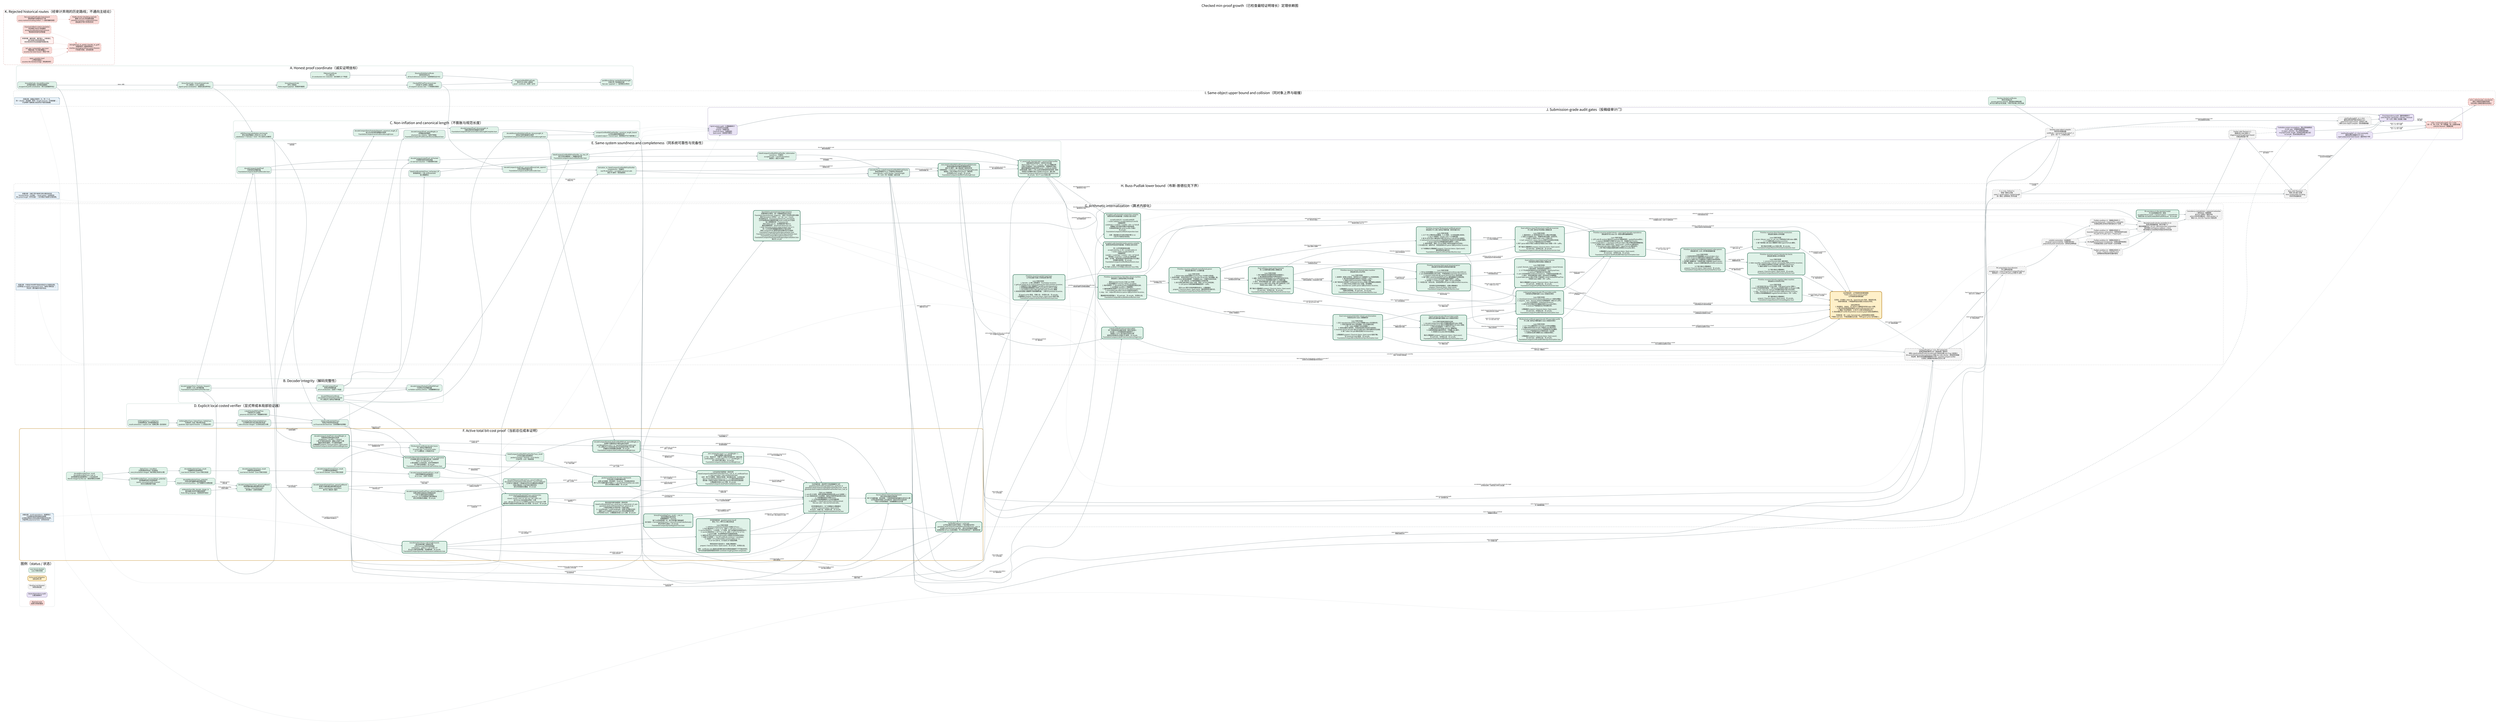
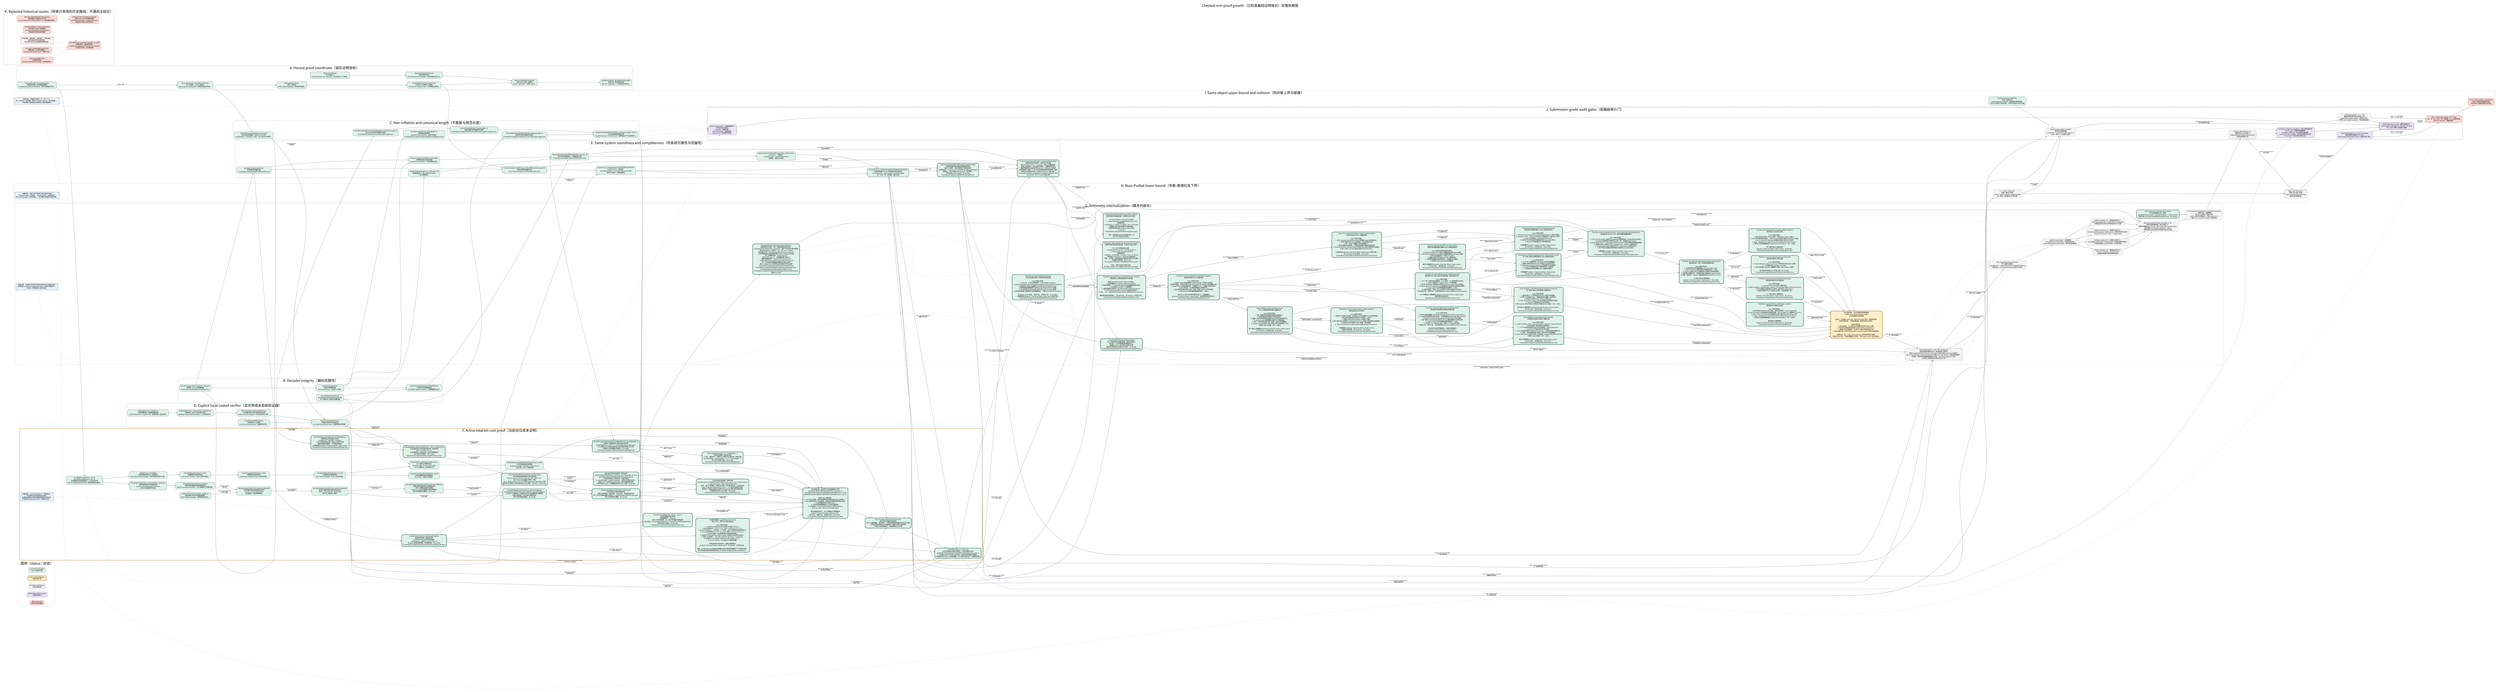
digraph CheckedMinProofDependencies {
  graph [
    rankdir=LR,
    bgcolor="white",
    compound=true,
    newrank=true,
    pad="0.35",
    nodesep="0.30",
    ranksep="0.62",
    fontname="Noto Sans CJK SC",
    fontsize=24,
    label="Checked min-proof growth（已检查最短证明增长）定理依赖图",
    labelloc="t",
    labeljust="c"
  ];
  node [
    shape=box,
    style="rounded,filled",
    fontname="Noto Sans CJK SC",
    fontsize=10.5,
    color="#526d75",
    fillcolor="#eef3f4",
    margin="0.14,0.09",
    penwidth=1.2
  ];
  edge [
    fontname="Noto Sans CJK SC",
    fontsize=8.5,
    color="#65777d",
    arrowsize=0.68,
    penwidth=1.05
  ];

  subgraph cluster_legend {
    label="图例（status / 状态）";
    color="#c8d1d4";
    style="rounded";
    done [label="Lean kernel checked\nLean 内核已检查", fillcolor="#dff2e8", color="#3f7c66"];
    active [label="Active proof obligation\n当前证明义务", fillcolor="#fff0c9", color="#b37a12", penwidth=2.2];
    pending [label="Pending root theorem\n待闭合根定理", fillcolor="#f3f3f3", color="#777777", style="rounded,filled,dashed"];
    audit [label="Axiom/dependency audit\n公理/依赖审计", fillcolor="#e9e3f5", color="#76639a"];
    rejected [label="Rejected route\n经审计弃用的路线", fillcolor="#f8d9d6", color="#a8443d", style="rounded,filled,dashed"];
  }

  subgraph cluster_coordinate {
    label="A. Honest proof coordinate（诚实证明坐标）";
    color="#8fb7aa";
    style="rounded";

    natcode [label="binaryNatCode / decodeBinaryNat\n自然数前缀码 / 自然数前缀解码\nescaped-bit prefix serialization（转义位前缀序列化）", fillcolor="#dff2e8"];
    syntaxcode [label="binaryTermCode + binaryFormulaCode\n项二进制码 + 公式二进制码\ntyped syntax serialization（类型化语法序列化）", fillcolor="#dff2e8"];
    sequentcode [label="binarySequentCode\n序列二进制码\nfinite sequent payload（有限序列载荷）", fillcolor="#dff2e8"];
    prooftree [label="CheckedPAProofTree.binaryCode\n已检查 PA 证明树二进制码\n10 sequent-calculus rules（十条相继式规则）", fillcolor="#dff2e8"];
    axiomcert [label="PAAxiomCertificate\nPA 公理证书\n23 constructors incl. induction（含归纳的 23 个构造）", fillcolor="#dff2e8"];
    structcert [label="StructuralValidityCertificate\n结构有效性证书\nall local witnesses counted（全部局部见证计长）", fillcolor="#dff2e8"];
    certifiedcode [label="binaryCertifiedPAProofCode\n带证书 PA 证明二进制码\nproof + certificate（证明 + 证书）", fillcolor="#dff2e8"];
    packedcode [label="packBinaryString / packedPayloadLength\n位串打包 / 有效载荷长度\nNat.size = payload + 1（自然数位长等式）", fillcolor="#dff2e8"];

    natcode -> syntaxcode [label="labels / 标签"];
    syntaxcode -> sequentcode;
    sequentcode -> prooftree;
    axiomcert -> structcert;
    prooftree -> certifiedcode;
    structcert -> certifiedcode;
    certifiedcode -> packedcode;
  }

  subgraph cluster_decoder {
    label="B. Decoder integrity（解码完整性）";
    color="#8fb7aa";
    style="rounded";

    typeddecoder [label="decodeCompactTerm / Formula / Sequent\n紧凑项 / 公式 / 序列解码器\nFoundationCompactPAProofVerifier.lean", fillcolor="#dff2e8"];
    proofdecoder [label="decodeCompactProof\n紧凑证明树解码器\nall 10 constructors（全部十个构造）", fillcolor="#dff2e8"];
    certdecoder [label="decodePAAxiomCertificate\ndecodeStructuralValidityCertificate\nPA 公理证书 / 结构证书解码器", fillcolor="#dff2e8"];
    packeddecoder [label="decodeCompactPackedCertifiedPAProof\n打包带证书证明解码器\nno hidden auxiliary witness（无隐藏辅助见证）", fillcolor="#dff2e8"];

    typeddecoder -> proofdecoder;
    certdecoder -> packeddecoder;
    proofdecoder -> packeddecoder;
  }

  subgraph cluster_size {
    label="C. Non-inflation and canonical length（不膨胀与规范长度）";
    color="#8fb7aa";
    style="rounded";

    structural [label="decodeCompactProof_parseWeight_le\n证明解码结构量界\nstructural non-inflation（结构不膨胀）\nFoundationCompactProofDecoderStructuralBound.lean", fillcolor="#dff2e8"];
    syntaxcanonical [label="decodeCompactTerm/Formula/Sequent_canonical_length_le\n项/公式/序列规范重编码长度界\nFoundationCompactCanonicalDecodeLength.lean", fillcolor="#dff2e8"];
    proofcanonical [label="decodeCompactProof_binaryLength_le\n完整证明树规范重编码长度界\nFoundationCompactProofCanonicalDecodeLengthComplete.lean", fillcolor="#dff2e8"];
    certcanonical [label="decodeStructuralValidityCertificate_binaryLength_le\n结构证书规范重编码长度界\nFoundationCompactCertificateCanonicalDecodeLength.lean", fillcolor="#dff2e8"];
    totalcanonical [label="compactCertifiedPAProofVerifier_canonical_length_bound\n公开验证器规范载荷总界\naccepted output <= honest input（接受输出不长于诚实输入）", fillcolor="#dff2e8"];
    transformsize [label="shift/free/neg/substitution size bounds\n移位/自由变量嵌入/否定/代入大小界\nsubstitution <= formula × term（代入至多公式乘项）", fillcolor="#dff2e8"];

    typeddecoder -> syntaxcanonical;
    proofdecoder -> structural;
    syntaxcanonical -> proofcanonical;
    certdecoder -> certcanonical;
    proofcanonical -> totalcanonical;
    certcanonical -> totalcanonical;
    syntaxcode -> transformsize;
  }

  subgraph cluster_explicit_local {
    label="D. Explicit local costed verifier（显式带成本局部验证器）";
    color="#8fb7aa";
    style="rounded";

    biteq [label="bitStringEqTrace / natEqTrace\n位串相等轨迹 / 自然数相等轨迹\nresult correctness + explicit cost（结果正确 + 显式成本）", fillcolor="#dff2e8"];
    bitset [label="bitStringMemTrace / SubsetTrace / SetEqTrace\n位串成员 / 包含 / 集合等价轨迹\nquadratic-style explicit bounds（二次型显式界）", fillcolor="#dff2e8"];
    formulalist [label="formulaEq/Mem/Subset/SetEqTrace\n公式相等/成员/包含/集合等价轨迹\ncode emission charged（公式码生成已计费）", fillcolor="#dff2e8"];
    listedtree [label="ListedCheckedPAProofTree\n列表序列 PA 证明树\npreserves decoded lists（保留解码列表）", fillcolor="#dff2e8"];
    listedcert [label="listedCertificateValidTrace\n列表证书有效性成本轨迹\nno Finset decide black box（无有限集判定黑箱）", fillcolor="#dff2e8"];

    biteq -> bitset;
    bitset -> formulalist;
    listedtree -> listedcert;
    formulalist -> listedcert;
    transformsize -> listedcert [label="local transforms\n局部变换"];
  }

  subgraph cluster_same_system {
    label="E. Same-system soundness and completeness（同系统可靠性与完备性）";
    color="#8fb7aa";
    style="rounded";

    listdecoder [label="decodeCompactListedProof\n列表保持证明解码器\nFoundationCompactListedProofDecoder.lean", fillcolor="#dff2e8"];
    projection [label="decodeCompactListedProof_toChecked\n列表解码投影到原检查器\n10-rule fuel induction（十规则燃料归纳）", fillcolor="#dff2e8"];
    localiff [label="listedCertificateValidTrace_toChecked_iff\n新局部轨迹 <-> 原 certificateValid\n语义精确等价", fillcolor="#dff2e8"];
    publiciff [label="listedCompactCertifiedPAProofVerifier_eq_true_iff\n新公开验证器接受 <-> 精确检查关系\nFoundationCompactListedCertifiedVerifier.lean", fillcolor="#dff2e8"];
    soundness [label="listedCompactCertifiedPAProofVerifier_toDerivation\nsoundness（可靠性）\naccepted code -> real PA Derivation2\n接受码 -> 真实 PA 推导", fillcolor="#dff2e8"];
    listencoder [label="decodeCompactListedProof_canonicalBinaryCode_append\n列表证明规范编码往返\nFoundationCompactListedProofEncoder.lean", fillcolor="#dff2e8"];
    completeness [label="derivation_to_listedCompactCertifiedPAProofVerifier\ncompleteness（完备性）\nreal PA derivation -> accepted canonical code\n真实 PA 推导 -> 规范接受码", fillcolor="#dff2e8"];
    predicate [label="Concrete P(x,y) / ListedCompactCertifiedPAProofChecks\n具体证明谓词 P(x,y) / 列表带证书检查关系\nsame formula + same checker + honest length\n同一公式 + 同一检查器 + 诚实长度", fillcolor="#dff2e8", penwidth=2.0];
    minmeasure [
      label="minListedCertifiedPAProofPayloadLength(formula)\n具体检查器诱导的最短完整载荷长度\n真实 PA 推导 -> 最小值由某个接受码实现\n任意接受码 -> minimum <= packedPayloadLength(code)\n接受码 -> 同公式真实 Derivation2（推导树）\n无项目级 proof_length；无 sorryAx\nFoundationCompactListedMinProofLength.lean",
      fillcolor="#dff2e8", color="#2f6f57", penwidth=2.8
    ];
    canonicalnormalize [
      label="P_canon(code, formulaCode) + canonical Bool verifier\n纯数值规范证明关系 + 规范布尔验证器\nBool verifier = true <-> P_canon，由 Lean 精确证明\n任意公开接受码 -> 同公式码规范码，完整载荷不增长\n最短完整载荷必由真实规范 proof + certificate 码实现\n全体码有限一致性 <-> 同 cutoff 的纯数值规范码有限一致性\n非规范/冗余编码不能人为压低 minimum（最小值）\nFoundationCompactListedCanonicalNormalization.lean\n无 sorryAx；仅三个 Lean 标准公理",
      fillcolor="#dff2e8", color="#2f6f57", penwidth=2.8
    ];

    typeddecoder -> listdecoder;
    listdecoder -> projection;
    proofdecoder -> projection;
    listedcert -> localiff;
    projection -> publiciff;
    localiff -> publiciff;
    packeddecoder -> publiciff;
    publiciff -> soundness;
    prooftree -> listencoder;
    listdecoder -> listencoder;
    listencoder -> completeness;
    listedcert -> completeness;
    soundness -> predicate;
    completeness -> predicate;
    predicate -> minmeasure [label="minimum over accepted codes\n对接受码取最小值"];
    completeness -> minmeasure [label="nonempty accepted set\n接受集合非空"];
    publiciff -> canonicalnormalize [label="decode every accepted code\n解码任意接受码"];
    listencoder -> canonicalnormalize [label="canonical re-encoding\n规范重编码"];
    totalcanonical -> canonicalnormalize [label="no payload growth\n载荷不增长"];
    minmeasure -> canonicalnormalize [label="minimum realized canonically\n最小值由规范码实现"];
  }

  subgraph cluster_cost_active {
    label="F. Active total bit-cost proof（当前总位成本证明）";
    color="#c18a27";
    style="rounded,bold";

    nattrace [label="decodeBinaryNatTrace_result\ndecodeBinaryNatTrace_cost_le\n自然数解码轨迹结果等价 + 二次位成本界\nNat.bit charged by Nat.size（按自然数位长收费）", fillcolor="#dff2e8", color="#3f7c66"];
    tracebind [label="OptionTrace + traceBind\n可选结果成本轨迹 + 轨迹绑定\nevery bind/failure charged（每次绑定/失败均计费）", fillcolor="#dff2e8", color="#3f7c66"];
    vectortrace [label="decodeManyVectorTrace_result\n向量解码轨迹结果等价\nLean kernel checked（Lean 内核已检查）", fillcolor="#dff2e8", color="#3f7c66"];
    termtrace [label="decodeCompactTermTrace_result\n项解码轨迹结果等价\nLean kernel checked（Lean 内核已检查）", fillcolor="#dff2e8", color="#3f7c66"];
    formulatrace [label="decodeCompactFormulaTrace_result\n公式解码轨迹结果等价\nLean kernel checked（Lean 内核已检查）", fillcolor="#dff2e8", color="#3f7c66"];
    prooftrace [label="decodeCompactListedProofTrace_result\n列表证明解码轨迹结果等价\nall 10 rules（全部十条规则）", fillcolor="#dff2e8", color="#3f7c66"];
    certtrace [label="PA/structural certificate decoder traces\nPA / 结构证书解码轨迹\n23 axiom tags + 4 recursive nodes\n23 个公理标签 + 4 种递归节点", fillcolor="#dff2e8", color="#3f7c66"];
    publictrace [label="listedCompactCertifiedPAProofVerifierTrace_result\n公开验证器轨迹结果等价\npacked envelope + formula + local checks\n打包外壳 + 公式 + 局部检查", fillcolor="#dff2e8", color="#3f7c66"];
    natpotential [label="decodeBinaryNatTrace_success/failure_potential\n自然数解码成功/失败势能界\nquartic consumed-prefix invariant\n四次已消费前缀不变量", fillcolor="#dff2e8", color="#3f7c66"];
    vectorpotential [label="decodeManyVectorTrace_potential\n任意长度向量解码摊还势能定理\ndisjoint consumed prefixes（互不重叠的已消费前缀）", fillcolor="#dff2e8", color="#3f7c66"];
    symbolcharge [label="arithmeticFunc/Rel_decode_charge_le\n算术函数/关系符号解码收费界\nfinite ORing language（有限有序环语言）", fillcolor="#dff2e8", color="#3f7c66"];
    termpotential [label="decodeCompactTermTrace_parserCostBound\n紧凑项解码器全路径摊还成本界\nsuccess + every failure path\n成功路径 + 全部失败路径", fillcolor="#dff2e8", color="#3f7c66"];
    formulapotential [label="decodeCompactFormulaTrace_parserCostBound\n紧凑公式解码器全路径摊还成本界\natoms / connectives / quantifiers\n原子式 / 联结词 / 量词", fillcolor="#dff2e8", color="#3f7c66"];
    proofpotential [
      label="decodeCompactListedProofTrace_parserCostBound\n列表证明树全路径四次势能成本界\n十条 PA 相继式规则全部通过\nand/cut 二叉子证明势能已望远镜相消\n成功/失败路径全覆盖；无 sorryAx",
      fillcolor="#dff2e8", color="#3f7c66"
    ];
    certpotential [
      label="decodePAAxiomCertificateTrace_parserCostBound\ndecodeStructuralValidityCertificateTrace_parserCostBound\n23 种 PA 公理标签 + 4 种递归证书节点全路径四次势能界\n归纳公理体和二元证书树已摊还闭合\n成功/失败路径全覆盖；无 sorryAx",
      fillcolor="#dff2e8", color="#3f7c66", penwidth=2.2
    ];
    packedcost [
      label="packed proof/formula decoder cost bounds\n打包证明/公式解码器成本界\n证明+证书串联、末位哨兵、dropLast、空后缀全部闭合\n两个公开打包解码器均不超过 2 × decoderPotential(Nat.size code)\n成功/失败路径全覆盖；无 sorryAx",
      fillcolor="#dff2e8", color="#2f6f57", penwidth=2.8
    ];
    transformcode [
      label="transformation binary-code length bounds\n语法变换完整二进制码长界\nshift/free/neg 均至多线性膨胀\nsubstitution：|phi[t]| <= 3(F+1)(W+1)F\n含 qpow 量词深度预算；无隐藏参数；无 sorryAx\nFoundationCompactSyntaxTransformationCodeBounds.lean",
      fillcolor="#dff2e8", color="#2f6f57", penwidth=2.8
    ];
    negtrace [
      label="binaryFormulaNegTrace_result / _cost_le\n否定变换真实递归轨迹\n结果精确等于 ∼formula\n每个公式构造收费一步；原子项向量不重复遍历\n执行成本 <= formulaSymbolCount <= |binaryFormulaCode(formula)|\n单文件探针已通过；无 sorryAx\nFoundationCompactSyntaxNegationTrace.lean",
      fillcolor="#dff2e8", color="#2f6f57", penwidth=2.8
    ];
    axmjoint [
      label="axm comparator input <= 2 * jointWeight + 1\n公理比较器输入联合坐标界\n上下文、候选句子、完整 PA 公理证书均落在同一诚实位权\ncertificateBits + sentenceBits + 1 <= 2 * jointWeight + 1\n四个坐标引理已通过；无 sorryAx\nFoundationCompactListedAxiomJointWeight.lean",
      fillcolor="#dff2e8", color="#2f6f57", penwidth=2.8
    ];
    honestproof [
      label="decodeCompactListedProof_honestWeight_le\n列表保持证明树诚实位权界\nweight(tree) + 8|suffix| <= 8|input|\n十条 PA 规则全部闭合；重复公式逐个计费\n覆盖任意成功解码，不只是规范编码\n公理画像仅 propext / Classical.choice / Quot.sound\nFoundationCompactListedProofHonestWeight.lean",
      fillcolor="#dff2e8", color="#2f6f57", penwidth=2.8
    ];
    honestcert [
      label="decodeCompactPackedListedCertifiedPAProof_honestWeight_le\n证明树+完整结构证书联合诚实位权界\njointWeight(tree,cert) <= 8 * packedPayloadLength(code)\nPA 公理证书 23 标签及递归证书全部由实际输入位计费\n无辅助见证和隐藏长度参数；无 sorryAx\nFoundationCompactListedCertifiedHonestWeight.lean",
      fillcolor="#dff2e8", color="#2f6f57", penwidth=2.8
    ];
    localprimitives [
      label="formulaEq/Mem/Subset/SetEqTrace_cost_le_polynomial\n公式相等/成员/包含/集合等价统一位成本界\nP(w) = 4 + 2(w+3)^2 + w\nw 是全部输入公式码位权，包含列表重复项\n四个端点全部通过；无 sorryAx\nFoundationCompactListedLocalCostPrimitives.lean",
      fillcolor="#dff2e8", color="#2f6f57", penwidth=2.8
    ];
    localbranches9 [
      label="10/10 listedCertificateValidTrace cost branches\n十条证明规则局部成本分支全部闭合\nclosed / verum / and / or / all / exs / wk / shift / cut：\n由 P(G(w)) 及生成语法界统一计费\naxm：由 A(w)=K*(2w+1)^12 的真实 guarded comparator 计费\n最终每节点固定多项式包络已由 Lean 检查；无 haxm、无 sorryAx",
      fillcolor="#dff2e8", color="#2f6f57", penwidth=2.8
    ];
    localinduction [
      label="联合坐标内部归纳骨架 + 具体实例\nlistedCertificateValidTrace_jointCost_le_polynomial_of_axm\nguardedListedCertificateValidTrace_jointCost_le\n十规则证明树/证书同步统一归纳已通过\nb = proofWeight + certificateWeight（证明+证书联合位权）\n抽象 haxm 已由真实 guarded axm 成本定理具体消除\n公开实例无 haxm；公理画像仅标准 Lean 公理；无 sorryAx",
      fillcolor="#dff2e8", color="#2f6f57", penwidth=2.8
    ];
    publicskeleton [
      label="公开总成本内部骨架 + 具体实例\nlistedCompactCertifiedPAProofVerifierTrace_cost_le_of_certificateTrace\ns = Nat.size(code) + Nat.size(formulaCode)\n合并：两个打包解码、局部证书检查、结论集合比较、公式码比较\nQ(s)=4*decoderPotential(s)+L(s)+1，L(s) 是显式固定多项式\n原先唯一内部证书成本义务现已由 guarded 联合成本定理消除\n公理画像仅标准 Lean 公理；无 sorryAx\nFoundationCompactListedPublicCostSkeleton.lean",
      fillcolor="#dff2e8", color="#2f6f57", penwidth=2.8
    ];
    publiccost [
      label="【主终端完成：具体带守卫检查器最终汇合】\nguardedListedCertificateValidTrace_jointCost_le\nguardedListedCompactCertifiedPAProofVerifierTrace_result\nguardedListedCompactCertifiedPAProofVerifierTrace_cost_le\n\n已由 Lean 内核检查：\n1. axm 的 23 标签、接受/拒绝路径和候选长度 guard 全部统一；\n2. axm 局部成本进入与证明树、结构证书相同的诚实联合位权；\n3. 十规则整树成本不再带 haxm；\n4. 公开轨迹结果精确等于公开验证器结果；\n5. 总位成本 <= listedPublicVerifierCostPolynomial(\n   Nat.size code + Nat.size formulaCode)。\n\n定向构建退出码 0；五个关键端点公理画像仅\npropext / Classical.choice / Quot.sound。\n无 haxm、无输入包、无项目公设、无 sorryAx。\nFoundationCompactListedGuardedAxiomCost.lean",
      fillcolor="#dff2e8", color="#2f6f57", penwidth=2.8
    ];
    amortized [label="Success/failure total potential bound\n成功/失败全路径总势能界\n两个打包解码器、语法变换、十规则局部检查和最终比较均已计费\n公开轨迹的所有输入对均满足同一固定多项式位成本界\n不是只分析接受路径；无隐藏辅助见证长度", fillcolor="#dff2e8", color="#2f6f57", style="rounded,filled", penwidth=2.8];
    costnote [shape=note, label="关键注释：result equivalence（结果等价）\n只证明轨迹没有改掉验证结果；\n必须再证明成功/失败全路径的固定多项式界，\n才能声称 polynomial time（多项式时间）。", fillcolor="#e8f1f8", color="#4e7892"];
    transformtrace [label="【共享终端完成：guarded axiom trace】\n移位 / 代入 / 带守卫公理比较轨迹\n\nLean 内核已检查：\n1. shift/free/substitution/list/fixitr 的真实 QTrace；\n2. fixitr 输出码长 <= 4*(L+1)^2；成本 <= 128*(m+L+1)^2*L；\n3. succInd 四次代入、三次否定、三个析取、两个全称量词全部真实执行；\n4. succInd 输出码长 <= 10^7*(L+1)^4；成本 <= 10^11*(L+1)^12；\n5. guard 完备：合法相等候选不会被提前拒绝；\n6. 接受分支 fixitr/allClosure/formulaEq 与拒绝分支总成本均闭合；\n7. 全部 23 标签统一：true iff certificate.sentence = candidate；\n8. 总成本 <= K*(certificateBits+sentenceBits+1)^12，\n   K=10^30+(3B+4)，B 为显式 26 句固定预算。\n\n两条验收命令退出码 0；关键公理画像仅\npropext / Classical.choice / Quot.sound；无 sorryAx、无项目公设。\n\n边界：certificate-only 直接生成完整归纳句在稀疏变量编号下不可能多项式；\n本节点完成的是保持接受关系的 candidate-length guarded comparator。", fillcolor="#dff2e8", color="#2f6f57", style="rounded,filled", penwidth=2.8];
    polytime [label="VerifierBitCost(x,y) <= p(|x|+|y|)\n公开验证器总位成本不超过一个显式固定多项式\nguardedListedCompactCertifiedPAProofVerifierTrace_cost_le\n对全部 code/formulaCode 成立，成功与失败路径均覆盖\n这里是项目 QTrace 位成本模型；PA 内短证明仍由下一簇单独完成", fillcolor="#dff2e8", color="#2f6f57", style="rounded,filled", penwidth=2.8];

    natcode -> nattrace;
    nattrace -> tracebind;
    tracebind -> vectortrace;
    vectortrace -> termtrace;
    termtrace -> formulatrace;
    formulatrace -> prooftrace;
    certdecoder -> certtrace;
    formulatrace -> certtrace;
    prooftrace -> publictrace;
    certtrace -> publictrace;
    publictrace -> amortized [label="exact behavior first\n先固定精确行为"];
    nattrace -> natpotential;
    natpotential -> vectorpotential;
    vectorpotential -> termpotential [label="argument vectors\n参数向量"];
    symbolcharge -> termpotential [label="finite symbol decoding\n有限符号解码"];
    termpotential -> formulapotential [label="terms inside atoms\n原子式中的项"];
    formulapotential -> proofpotential [label="formulas inside sequents\n序列中的公式"];
    proofpotential -> certpotential [label="proof/certificate alignment\n证明树/证书树对齐"];
    formulapotential -> certpotential [label="induction body\n归纳公理体"];
    certpotential -> packedcost [label="proof + certificate stream\n证明 + 证书串"];
    publictrace -> packedcost [label="same executable result\n同一可执行结果"];
    packedcost -> publiccost [label="decoded objects\n已解码对象"];
    transformsize -> transformcode [label="from symbol count to full bits\n从符号数提升到完整位长"];
    transformcode -> negtrace [label="input bit-length control\n输入位长控制"];
    negtrace -> publiccost [label="closed/cut negation charge\n闭合/切规则否定计费"];
    transformcode -> publiccost [label="generated-code bounds\n生成公式码长界"];
    listdecoder -> honestproof [label="all successful parses\n全部成功解码"];
    honestproof -> honestcert [label="proof-tree charge\n证明树计费"];
    certcanonical -> honestcert [label="full certificate bits\n完整证书位"];
    honestcert -> publiccost [label="joint decoded-data bound\n联合解码数据界"];
    honestcert -> axmjoint [label="proof + certificate coordinate\n证明 + 证书坐标"];
    axmjoint -> publiccost [label="guarded comparator input bound\n带守卫比较器输入界"];
    listedcert -> localprimitives [label="exact trace costs\n精确轨迹成本"];
    honestproof -> localprimitives [label="duplicate-preserving weights\n保留重复项位权"];
    localprimitives -> publiccost [label="uniform quadratic bound\n统一二次界"];
    localprimitives -> localbranches9 [label="per-rule instantiation\n逐规则实例化"];
    transformcode -> localbranches9 [label="generated syntax bounds\n生成语法界"];
    localbranches9 -> publiccost [label="nine checked branches\n九条已检查分支"];
    localbranches9 -> localinduction [label="structural aggregation\n结构汇总"];
    localinduction -> publiccost [label="haxm concretely discharged\nhaxm 已由具体定理消除"];
    localinduction -> publicskeleton [label="local certificate polynomial\n局部证书多项式"];
    packedcost -> publicskeleton [label="two packed decoder bounds\n两个打包解码界"];
    honestcert -> publicskeleton [label="decoded joint weight\n解码联合位权"];
    publicskeleton -> publiccost [label="concrete discharge checked\n具体消义务已检查"];
    listedcert -> publiccost [label="explicit local checks\n显式局部检查"];
    publiccost -> amortized;
    totalcanonical -> amortized [label="consumed-length control\n消费长度控制"];
    costnote -> amortized [style=dotted, arrowhead=none, constraint=false];
    transformcode -> transformtrace;
    transformtrace -> publiccost [label="guarded axm + shift/free/substitution costs\n带守卫公理 + 移位/自由化/代入成本"];
    amortized -> polytime;
    transformtrace -> polytime;
    totalcanonical -> polytime [label="input/output length control\n输入输出长度控制"];
    listedcert -> polytime [label="local cost bounds\n局部成本界"];
    predicate -> polytime [label="exact executable relation\n精确可执行关系"];
  }

  subgraph cluster_internalization {
    label="G. Arithmetic internalization（算术内部化）";
    color="#9a9a9a";
    style="rounded,dashed";

    listedconmeta [label="ListedCertifiedFiniteConsistencyAt(k)\n同一列表保持验证器的有限一致性元层语义\n无长度 <= k 的完整载荷码被接受为 ⊥\n普通及 2^(A*n) 放大版本无条件为真\n接受反向恢复同公式真实 PA 推导；无 sorryAx\nFoundationCompactListedFiniteConsistencyTarget.lean", fillcolor="#dff2e8", color="#2f6f57", penwidth=2.8];
    arithinput [label="Primitive-recursive packed input layer\n公开验证器打包输入的原始递归算术层\n\nLean 内核已检查：\n1. Nat.bits（小端二进制展开）为 primitive recursive；\n2. getLast?/dropLast 与 sentinel payload peel 均为 primitive recursive；\n3. 剥离成功 iff 输入精确等于 packBinaryString(payload)；\n4. 新剥离器结果精确等于现有 packedPayloadTrace 结果；\n5. decodeBinaryNat 已由 right-fold state machine 重建；\n6. 新状态机逐输入精确等于原前缀解码器，二者均为 primitive recursive。\n\n无 typed syntax 假设、无输入包、无项目公设、无 sorryAx；\n公理画像仅 propext / Classical.choice / Quot.sound 或其子集。\nFoundationCompactListedVerifierArithmeticInput.lean", fillcolor="#dff2e8", color="#2f6f57", penwidth=2.8];
    tokenstream [label="Primitive-recursive binary-Nat token stream machine\n原始递归二进制自然数记号流机器\n\n具体 bounded iterator 已由 Lean 检查：\n1. 状态明确区分 running / failed / accepted；\n2. 每步调用同一个 decodeBinaryNat 并保留真实剩余位串；\n3. 总步数由 inputBits+1 明确限制；\n4. 最终结果逐位串等于 repeated-prefix reference parser；\n5. binaryNatCode token stream 的规范往返成立；\n6. step、run、output 和 reference parser 全部 primitive recursive。\n\n覆盖畸形和非规范输入；无 rawCode、无 sorryAx、无项目公设。\nFoundationCompactBinaryNatStreamMachine.lean", fillcolor="#dff2e8", color="#2f6f57", penwidth=2.8];
    bitsync [label="Exact noncanonical bit/token stream synchronization\n非规范位流与 token 流精确同步\n\nLean 内核已检查：\n1. 定义 repeated decodeBinaryNat 的精确 token/位后缀关系；\n2. 关系可按任意 token 前后缀唯一切分并重新合成；\n3. 同一 token 前缀留下的位后缀唯一；\n4. 规范位编码只是特例，不把非规范高位零误判为规范码；\n5. bounded stream decoder 成功 iff 全部 token 恰好消费至空位后缀；\n6. 每个 token-list split 都对应真实 bit boundary。\n\n公理画像仅 propext / Classical.choice / Quot.sound 或其子集；\n无 canonical-input 假设、无 sorryAx。\nFoundationCompactBinaryNatStreamSynchronization.lean", fillcolor="#dff2e8", color="#2f6f57", penwidth=2.8];
    syntaxparser [label="Primitive-recursive arithmetic term/formula parser\n原始递归算术项 / 公式解析器\n\nLean 内核已检查：\n1. 纯 Nat token 状态机覆盖 bvar/fvar/func 与全部公式构造；\n2. 有序环函数、关系符号码与 typed decoder 的 decode₂ 条件精确一致；\n3. repeat frame 逐项处理参数，不按稀疏 arity 一次展开巨型任务表；\n4. 每个真实项 / 公式都有精确执行步数定理；\n5. 执行步数不超过真实 token 长度，固定二次 fuel 必然足够；\n6. 公开 parser 对规范编码精确返回同一 suffix。\n\n定向 Lean 探针与目标构建退出码 0；公理画像仅\npropext / Classical.choice / Quot.sound；静态禁用项扫描为空。\nFoundationCompactSyntaxTokenMachine.lean", fillcolor="#dff2e8", color="#2f6f57", penwidth=2.8];
    syntaxinversion [label="Exact arbitrary-input syntax inversion\n项 / 公式解析器任意输入精确反演\n\nLean 内核已检查：\n1. 每个纯数值任务栈都有类型化前缀语义；\n2. 每次数值状态转换反向保持该语义；\n3. 函数 / 关系符号有效码恢复同 arity 的真实有序环符号；\n4. repeat frame 恢复精确长度的 Fin 参数向量；\n5. 成功、失败及畸形输入统一由同一后向不变量覆盖；\n6. numeric parser 返回 suffix iff 输入等于某真实项 / 公式\n   的规范 token 前缀 ++ 同一 suffix。\n\n两个端点公理画像仅 propext / Classical.choice / Quot.sound；\n无 rawCode、无项目公设、无 sorryAx。\nFoundationCompactSyntaxTokenMachineInversion.lean", fillcolor="#dff2e8", color="#2f6f57", penwidth=2.8];
    syntaxbitsync [label="Typed syntax decoder iff exact token prefix\n类型化语法解码器与精确 token 前缀双向等价\n\nLean 内核已检查任意成功位串：\n1. decodeCompactTerm 成功 iff 精确消费该项 token 前缀；\n2. decodeCompactFormula 成功 iff 精确消费该公式 token 前缀；\n3. 两方向均保留同一个真实 bit suffix；\n4. 函数/关系符号代码由 decode₂ 精确恢复；\n5. 任意有限参数向量逐项同步，不隐藏 arity 展开；\n6. 非规范 binaryNat 表示完全覆盖。\n\n端点公理画像仅 propext / Classical.choice / Quot.sound；\n无 rawCode、无项目公设、无 sorryAx。\nFoundationCompactSyntaxBitTokenSynchronization.lean", fillcolor="#dff2e8", color="#2f6f57", penwidth=2.8];
    closedformula [label="Primitive-recursive closed-formula token machine\n原始递归闭公式记号机\n\nLean 内核已检查：\n1. 复用同一紧凑公式语法，但所有 term 位置遇到 fvar 标签即拒绝；\n2. 每次成功恢复真实类型化公式及同一 suffix；\n3. 恢复公式的 freeVariables 严格等于空集；\n4. 每个真实闭公式及每个 ArithmeticSentence 的嵌入规范编码必被接受；\n5. 成功 iff 闭公式规范 token 前缀，双向精确；\n6. step / bounded run / public parser 全部 primitive recursive。\n\n公理画像仅 propext / Classical.choice / Quot.sound；\n无额外闭性参数、无 rawCode、无 sorryAx。\nFoundationCompactClosedFormulaTokenMachine.lean", fillcolor="#dff2e8", color="#2f6f57", penwidth=2.8];
    proofparser [label="Primitive-recursive listed-proof structural parser\n原始递归列表保持证明树结构解析器\n\nLean 内核已检查：\n1. 纯 Nat 任务栈覆盖 closed/axm/verum/and/or/all/exs/wk/shift/cut；\n2. axm 标签现调用独立闭公式机，不再把普通 proposition 当 sentence；\n3. sequent cardinality 由 repeat-formula frame 逐项消费；\n4. 每个真实 ListedCheckedPAProofTree 都有精确执行步数定理；\n5. and/cut 左右子证明按编码顺序消费同一 suffix；\n6. 总步数 <= 2*tokenLength，固定二次 fuel 必然足够；\n7. 十标签分派、闭句分支、总状态机和公开 parser 全部 primitive recursive。\n\n定向探针及目标构建通过；关键公理画像仅\npropext / Classical.choice / Quot.sound。\nFoundationCompactProofTokenMachine.lean", fillcolor="#dff2e8", color="#2f6f57", penwidth=2.8];
    proofinversion [label="Exact arbitrary-input listed-proof inversion\n列表保持证明树任意输入精确反演\n\nLean 内核已检查：\n1. proof / formula / term / repeat-formula / sequent / closed-formula\n   六类任务统一具有类型化前缀语义；\n2. 十个节点标签的每条反向分支均恢复同一 typed proof tree；\n3. and/cut 严格恢复左右子树次序；\n4. axm 分支恢复真实 ArithmeticSentence，不接受含自由变量公式；\n5. 成功、失败及畸形输入由同一后向状态不变量覆盖；\n6. proof token parser 成功 iff 输入为某真实 ListedCheckedPAProofTree\n   的规范 token 前缀 ++ 同一 suffix。\n\n端点公理画像仅 propext / Classical.choice / Quot.sound；\n无 rawCode、无项目公设、无 sorryAx。\nFoundationCompactProofTokenMachineInversion.lean", fillcolor="#dff2e8", color="#2f6f57", penwidth=2.8];
    certparser [label="Primitive-recursive PA/structural certificate parsers\n原始递归 PA 公理 / 结构证书解析器（规范完备方向）\n\nLean 内核已检查：\n1. 23 个 PA 公理标签全部覆盖；0..21 固定，3/4 校验函数/关系码；\n2. tag 22 调用同一 binder-arity-1 公式解析器；\n3. 新 PA 证书 token 编码逐证书等于旧 binary code 的 Nat 前缀流；\n4. leaf/axiomCert/unary/binary 四类结构证书由显式任务栈递归解析；\n5. binary 左右子证书按编码顺序消费同一 suffix；\n6. 线性步数界、固定二次 fuel 和两个规范往返端点均已闭合；\n7. PA 标签分派、结构节点、总状态机和公开 parser 全部 primitive recursive。\n\n七个关键端点公理画像仅 propext / Classical.choice / Quot.sound；\n静态禁用项扫描为空。\nFoundationCompactCertificateTokenMachine.lean", fillcolor="#dff2e8", color="#2f6f57", penwidth=2.8];
    certinversion [label="Exact arbitrary-input PA/structural certificate inversion\nPA 公理 / 结构证书任意输入精确反演\n\nLean 内核已检查：\n1. 固定标签 0..21 逐项恢复对应 PA 公理证书构造器；\n2. 标签 3/4 恢复同 arity、同编码的真实函数 / 关系符号；\n3. 标签 22 恢复 binder-arity-1 归纳公式；\n4. leaf / axiomCert / unary / binary 四类节点全部反向恢复；\n5. binary 严格恢复左右子证书顺序；\n6. 两个 parser 成功 iff 输入为真实证书规范 token 前缀 ++ 同一 suffix。\n\n两个端点公理画像仅 propext / Classical.choice / Quot.sound；\n无 rawCode、无项目公设、无 sorryAx。\nFoundationCompactCertificateTokenMachineInversion.lean", fillcolor="#dff2e8", color="#2f6f57", penwidth=2.8];
    proofbitsync [label="Listed proof typed decoder iff exact token prefix\n列表保持证明解码器与 token 前缀双向等价\n\nLean 内核已检查：\n1. closed/axm/verum/and/or/all/exs/wk/shift/cut 十规则全覆盖；\n2. sequent、term、formula 与左右子证明保留同一真实 bit suffix；\n3. axm 分支恢复同一 ArithmeticSentence；\n4. 成功方向与完备方向均覆盖非规范 binaryNat 表示；\n5. and/cut 严格保留左右子树消费次序。\n\n公理画像仅 propext / Classical.choice / Quot.sound；\n无 rawCode、无项目公设、无 sorryAx。\nFoundationCompactProofBitTokenSynchronization.lean", fillcolor="#dff2e8", color="#2f6f57", penwidth=2.8];
    certbitsync [label="PA/structural certificate typed decoder iff exact token prefix\nPA 公理 / 结构证书解码器与 token 前缀双向等价\n\nLean 内核已检查：\n1. 23 个 PA 公理标签及 induction 公式体全部覆盖；\n2. 函数/关系符号由 decode₂ 恢复同 arity 真实符号；\n3. leaf/axiomCert/unary/binary 四类递归证书全覆盖；\n4. binary 严格保留左右证书顺序及同一位后缀；\n5. 任意成功位串与精确 token 前缀双向等价。\n\n公理画像仅 propext / Classical.choice / Quot.sound；\n无 rawCode、无项目公设、无 sorryAx。\nFoundationCompactCertificateBitTokenSynchronization.lean", fillcolor="#dff2e8", color="#2f6f57", penwidth=2.8];
    packedtokensync [label="Primitive-recursive packed stream + exact typed-decoder equivalence\n原始递归打包 token 流 + 类型化解码器精确等价\n\nLean 内核已检查：\n1. 公开 code 的 sentinel 哨兵位与 payload 剥离使用同一 packedPayloadBits；\n2. payload 逐前缀转为完整 Nat token 流，流函数已证 Primrec；\n3. listed proof tokens ++ structural certificate tokens 按公开解码顺序精确拼接；\n4. 证明码 token 流成功 iff 同一 typed proof + certificate 解码成功；\n5. formulaCode token 流成功 iff 同一 typed formula 解码成功；\n6. 两个等价均保留全载荷消费与非规范 binaryNat 表示。\n\n公理画像仅 propext / Classical.choice / Quot.sound；\n无 rawCode、无项目公设、无 sorryAx。\nFoundationCompactListedPackedBitTokenSynchronization.lean", fillcolor="#dff2e8", color="#2f6f57", penwidth=2.8];
    numericvalues [label="Primitive-recursive term/formula/sequent value parsers\n原始递归项 / 公式 / 序列数值值解析器\n\nLean 内核已检查：\n1. 在结构判断同时保留精确 canonical token slice；\n2. term 与 formula 解析返回已消费值及同一 suffix；\n3. sequent 按首 token 的基数逐公式解析并保持原顺序；\n4. 规范输入精确往返；任意成功输入恢复真实 typed syntax；\n5. 单值、重复值、sequent 总解析器全部 primitive recursive。\n\n九个审计端点公理画像仅\npropext / Classical.choice / Quot.sound；无 sorryAx。\nFoundationCompactNumericSyntaxValueParser.lean", fillcolor="#dff2e8", color="#2f6f57", penwidth=2.8];
    numericchecks [label="Primitive-recursive numeric formula-list checks\n原始递归数值公式列表检查\n\nLean 内核已检查：\n1. canonical formula token 编码单射；\n2. token equality / membership / subset / set equality 全部 primitive recursive；\n3. 四个结果在任意规范公式列表上逐点等于 typed trace；\n4. 重复元素按 Finset 外延语义处理，与原检查器一致。\n\n九个审计端点公理画像仅\npropext / Classical.choice / Quot.sound；无 sorryAx。\nFoundationCompactNumericFormulaListChecks.lean", fillcolor="#dff2e8", color="#2f6f57", penwidth=2.8];
    numericconstructors [label="Primitive-recursive direct formula constructors\n原始递归直接公式构造器\n\nLean 内核已检查：\n1. verum / falsum / and / or / all / exs 六种构造全为纯 token 函数；\n2. 六个函数全部 primitive recursive；\n3. 每个规范输入逐 token 精确等于真实 typed formula 编码。\n\n审计端点仅依赖 Lean 标准公理；无 sorryAx。\nFoundationCompactNumericFormulaConstructors.lean", fillcolor="#dff2e8", color="#2f6f57", penwidth=2.8];
    numericnegation [label="Primitive-recursive formula-negation token machine\n原始递归公式否定记号机\n\nLean 内核已检查：\n1. 运行状态只有 Nat 与 Nat 列表，不把 typed syntax 当输入；\n2. term 记号逐项原样复制，八种 formula 标签执行真实 De Morgan 对偶；\n3. term / term-list / formula 的完整任务执行语义均已闭合；\n4. step、bounded run 与公开 transform 全部 primitive recursive；\n5. 规范公式前缀精确返回 negated formula tokens + 同一 suffix。\n\n两个最终端点公理画像仅\npropext / Classical.choice / Quot.sound；无 sorryAx。\nFoundationCompactNumericFormulaNegation.lean", fillcolor="#dff2e8", color="#2f6f57", penwidth=2.8];
-     numericparser [label="【主终端当前：公开局部检查纯数值图】\nPublic local-check numeric graph\n公开局部检查纯数值图\n\n已闭合：打包输入 token 化、typed decoder 同步、数值语法值、\n四类列表检查、六种直接构造及完整公式否定记号机。\n\n当前证明任务：\n1. 构造移位、自由化、代入和 PA 公理候选句的纯 token 运算；\n2. 用已闭合检查逐规则复现 listedCertificateValidTrace；\n3. 覆盖十条证明规则、23 类 PA 公理与四类结构证书；\n4. 闭合完整公开 verifier 的 primitive-recursive graph 及逐点结果等式。\n\n完成标准：同一 code / formulaCode 上接受结果逐点相等；\n不借旧 rawCode，不增加隐藏见证长度，不把 typed syntax 当外部输入。", fillcolor="#fff0c9", color="#b37a12", penwidth=2.8];
+     numericshift [label="Primitive-recursive formula-shift token machine\n原始递归公式移位记号机\n\nLean 内核已检查：\n1. 运行状态只有 Nat 与 Nat 列表，逐任务消费同一 parser token 流；\n2. bound variable 与全部结构标签原样保留，free variable [1,i] 精确变为 [1,i+1]；\n3. term / term-list / formula 的完整执行语义逐点等于 Rewriting.shift；\n4. step、bounded run 与公开 transform 全部 primitive recursive；\n5. 规范公式前缀精确返回 shifted formula tokens + 同一 suffix。\n\n最终端点公理画像仅\npropext / Classical.choice / Quot.sound；无 sorryAx。\nFoundationCompactNumericFormulaShift.lean", fillcolor="#dff2e8", color="#2f6f57", penwidth=2.8];
+     numericparser [label="【主终端当前：公开局部检查纯数值图】\nPublic local-check numeric graph\n公开局部检查纯数值图\n\n已闭合：打包输入 token 化、typed decoder 同步、数值语法值、\n四类列表检查、六种直接构造、否定及移位记号机。\n\n当前证明任务：\n1. 构造自由化、代入和 PA 公理候选句的纯 token 运算；\n2. 用已闭合检查逐规则复现 listedCertificateValidTrace；\n3. 覆盖十条证明规则、23 类 PA 公理与四类结构证书；\n4. 闭合完整公开 verifier 的 primitive-recursive graph 及逐点结果等式。\n\n完成标准：同一 code / formulaCode 上接受结果逐点相等；\n不借旧 rawCode，不增加隐藏见证长度，不把 typed syntax 当外部输入。", fillcolor="#fff0c9", color="#b37a12", penwidth=2.8];
    compactformula [label="CompactProof(x,y) + Con_PA^compact(k)\n紧凑证明谓词算术公式 + 紧凑有限一致性句\n绿色 ListedCertifiedFiniteConsistencyAt 已给出正确 Lean Prop 元层语义\n旧 succinctFiniteConsistencySentence 仍指 raw-code checker（原始码检查器）\n待证明：算术句标准模型精确等价于同一 guarded compact verifier\n以及短二进制数词实例的公式大小界", fillcolor="#f3f3f3", color="#777777", style="rounded,filled,dashed", penwidth=2.0];
    patrace [label="PA computation-trace theorem\nPA 计算轨迹定理\naccepted run -> short PA proof of CompactProof(x,y)\n接受运行 -> CompactProof(x,y) 的短 PA 证明", fillcolor="#f3f3f3", color="#777777", style="rounded,filled,dashed"];
    suitable [label="suitable numeration（合适枚举）\nbit graph representability（位图可表示性）\npolynomial proof construction（多项式证明构造）", fillcolor="#f3f3f3", color="#777777", style="rounded,filled,dashed"];
    cond0 [label="Pudlak condition (0)（普德拉克条件 0）\nPA 内证明 proof-bound monotonicity（证明长度界单调性）\nP 的较紧/较松 cutoff 可在同一公式中转换", fillcolor="#f3f3f3", color="#777777", style="rounded,filled,dashed"];
    cond1 [label="Pudlak condition (1)（普德拉克条件 1）\nexternal short proof -> internal P(n, code(phi))\n外部短证明以多项式开销内部化为 P 实例", fillcolor="#f3f3f3", color="#777777", style="rounded,filled,dashed"];
    cond2 [label="Pudlak condition (2)（普德拉克条件 2）\nP(n,m) -> P(q1(n), code(P(n,m)))\n证明谓词实例自身的定量内部化", fillcolor="#f3f3f3", color="#777777", style="rounded,filled,dashed"];
    cond3 [label="Pudlak condition (3)（普德拉克条件 3）\nbounded modus ponens composition（有界肯定前件合成）\nP(n,phi) 与 P(n,phi->psi) -> P(q2(n),psi)", fillcolor="#f3f3f3", color="#777777", style="rounded,filled,dashed"];
    mpcompiler [label="Accepted-code bounded modus ponens compiler\n接受码有界肯定前件编译器（外部语义层已闭合）\n\n同一公开列表保持验证器：\naccept(codeImp, A->B) + accept(codeA, A)\n  -> exists codeB, accept(codeB, B)\n完整载荷界：\n|codeB| <= |codeImp| + |codeA| + 240 + 34*S(A,B)\n两份输入 proof tree + certificate 原样复用\n树级、证书级、规范码级及任意接受码端点均已通过\n无隐藏长度参数；无 sorryAx\nFoundationCompactCertifiedModusPonens.lean\n\n注意：这里只关闭外部码合成；\nPA 内部 condition (3) 仍须由 arithmetic trace 内化。", fillcolor="#dff2e8", color="#2f6f57", penwidth=2.8];
    conjcompiler [label="Accepted-code bounded conjunction compiler\n接受码有界合取编译器（外部语义层已闭合）\n\naccept(codeA,A) + accept(codeB,B)\n  -> exists codeAnd, accept(codeAnd,A and B)\n完整载荷界：\n|codeAnd| <= |codeA| + |codeB| + 144 + 11*S(A,B)\n两棵输入树与两份完整证书原样复用\n任意接受码端点及 axiom profile 已通过\n无 sorryAx\nFoundationCompactCertifiedConjunction.lean\n\n注意：固定重言式与原文拼接步骤 (i)-(v)\n以及 PA 内部化仍未闭合。", fillcolor="#dff2e8", color="#2f6f57", penwidth=2.8];
    qdiagonal [label="Quantitative parameterized diagonalization\n定量参数化对角化（同一完整载荷坐标已闭合）\nFoundation parameterized_diagonal₁：固定 P 的全称证明为常数\n真实 Derivation2 实例化：cut + wk + exs + closed\n显式结构证书：binary(unary(baseCert), unary(leaf))\n公开列表保持验证器接受完整 proof+certificate 打包码\n短二进制数码项：2*previous+bit\n码长 O(Nat.size m)，标准模型值严格为 m\n最终完整载荷界：baseProof+baseCert+192\n + 2048*(formulaConstant+stepConstant*|m|+1)^3\n同一公式实例的精确最短载荷也不超过该界\n具体 CompactProof 谓词仍由灰色算术化节点提供\nFoundationCompactDerivationSpecialization.lean\nFoundationCompactCertifiedDerivationSpecialization.lean\nFoundationCompactBinaryNumeralTerm.lean\nFoundationCompactParameterizedDiagonalSpecialization.lean\n端点无 sorryAx", fillcolor="#dff2e8", color="#2f6f57", penwidth=2.8];
    proofassembly [label="Bounded proof-calculus assembly (i)-(v)\n有界证明演算拼接（原文步骤 i-v）\n固定命题重言式 + (0)-(3) + MP/conjunction composition\n逐步得到 not P(q5(m), bottom) -> D(m)\n每次拼接与公式实例化均须显式多项式长度", fillcolor="#f3f3f3", color="#777777", style="rounded,filled,dashed"];
    paconsistency [label="PA consistency in the standard model\nPA 在标准模型中的一致性\naccepted falsum proof -> real Derivation2 -> contradiction\n项目已有 noListedCertifiedPAProofOfFalsum；无 sorryAx", fillcolor="#dff2e8", color="#2f6f57", penwidth=2.4];
    exponentextract [label="Consistency contradiction + exponent extraction\n一致性反证 + 指数提取\n短 D(m) 证明与一致性冲突\nq5(m) 的多项式重标定 -> 存在 epsilon > 0\n推出 Con_A(n) 无 n^epsilon 长度证明", fillcolor="#f3f3f3", color="#777777", style="rounded,filled,dashed"];
    diagonal [label="Pudlak 1986 Theorem 3.1\n普德拉克 1986 定理 3.1\ndiagonal proof-length lower bound\n对角证明长度下界", fillcolor="#f3f3f3", color="#777777", style="rounded,filled,dashed", penwidth=2.0];
    internalnote [shape=note, label="关键注释：外部运行时间界不能自动变成 PA 内部短证明。\n必须构造 accepted computation trace（接受计算轨迹），\n并在同一算术编码中逐步验证。", fillcolor="#e8f1f8", color="#4e7892"];

    predicate -> compactformula [label="exact standard-model relation\n精确标准模型关系"];
    minmeasure -> compactformula [label="same honest payload length\n同一诚实载荷长度"];
    canonicalnormalize -> compactformula [style=dotted, label="normalization audit only; public guarded verifier remains the target\n仅作规范化审计；目标仍是公开带守卫验证器"];
    predicate -> listedconmeta [label="same accepted-code relation\n同一接受码关系"];
    minmeasure -> listedconmeta [label="same payload coordinate\n同一载荷坐标"];
    listedconmeta -> compactformula [label="arithmetize this exact semantics\n算术化这一精确语义"];
    canonicalnormalize -> listedconmeta [label="pointwise same-cutoff equivalence\n逐点同截断值等价"];
    polytime -> arithinput [label="same packed inputs and bit-cost coordinate\n同一打包输入与位成本坐标"];
    arithinput -> tokenstream [label="primitive-recursive payload and Nat-prefix base\n原始递归载荷与自然数前缀基础"];
    tokenstream -> bitsync [label="exact arbitrary-input stream semantics\n任意输入流精确语义"];
    tokenstream -> syntaxparser [label="bounded exact tokenization\n有界精确记号化"];
    bitsync -> syntaxbitsync [label="exact bit suffix invariant\n精确位后缀不变量"];
    syntaxparser -> syntaxbitsync [label="same term/formula token grammar\n同一项/公式 token 文法"];
    syntaxparser -> syntaxinversion [label="backward typed realization invariant\n反向类型化实现不变量"];
    syntaxinversion -> numericvalues [label="arbitrary syntax success is canonical\n任意语法成功均为真实规范前缀"];
    syntaxinversion -> closedformula [label="typed prefix recovery + no-fvar invariant\n类型化前缀恢复 + 无自由变量不变量"];
    closedformula -> proofparser [label="axm sentence task\n公理叶闭句任务"];
    syntaxparser -> proofparser [label="checked syntax-task machine\n已检查语法任务机"];
    syntaxparser -> certparser [label="induction-body formula parser\n归纳公理体公式解析"];
    syntaxinversion -> proofinversion [label="term / formula arbitrary inversion\n项 / 公式任意反演"];
    proofparser -> proofinversion [label="ten-rule numeric state machine\n十规则纯数值状态机"];
    closedformula -> proofinversion [label="real sentence recovery\n真实闭句恢复"];
    proofinversion -> numericparser [label="arbitrary proof success is canonical\n任意证明成功均为真实规范前缀"];
    syntaxinversion -> certinversion [label="induction-formula arbitrary inversion\n归纳公式任意反演"];
    certparser -> certinversion [label="23+4 certificate numeric machines\n23+4 类证书纯数值机"];
    certinversion -> numericparser [label="arbitrary certificate success is canonical\n任意证书成功均为真实规范前缀"];
    syntaxbitsync -> numericparser [label="term/formula typed-bit equivalence closed\n项/公式类型化位级等价已闭合"];
    bitsync -> proofbitsync [label="same exact bit suffix\n同一精确位后缀"];
    syntaxbitsync -> proofbitsync [label="typed sequent/term/formula components\n类型化序列/项/公式部件"];
    proofparser -> proofbitsync [label="same ten-rule token grammar\n同一十规则 token 文法"];
    bitsync -> certbitsync [label="same exact bit suffix\n同一精确位后缀"];
    syntaxbitsync -> certbitsync [label="induction-body formula synchronization\n归纳公式体同步"];
    certparser -> certbitsync [label="same 23+4 token grammar\n同一 23+4 类 token 文法"];
    proofbitsync -> numericparser [label="typed proof bit equivalence closed\n证明树类型化位级等价已闭合"];
    certbitsync -> numericparser [label="typed certificate bit equivalence closed\n证书类型化位级等价已闭合"];
    arithinput -> packedtokensync [label="same sentinel-packed inputs\n同一哨兵位打包输入"];
    tokenstream -> packedtokensync [label="primitive-recursive full tokenization\n原始递归完整 token 化"];
    proofbitsync -> packedtokensync [label="proof segment equivalence\n证明段等价"];
    certbitsync -> packedtokensync [label="certificate segment equivalence\n证书段等价"];
    packedtokensync -> numericvalues [label="same public token streams\n同一公开 token 流"];
    numericvalues -> numericchecks [label="exact numeric syntax values\n精确数值语法值"];
    numericchecks -> numericparser [label="same local list decisions\n同一局部列表判定"];
    numericvalues -> numericconstructors [label="canonical token values\n规范 token 值"];
    numericconstructors -> numericparser [label="six direct formula constructors\n六种直接公式构造"];
    numericvalues -> numericnegation [label="same parser task semantics\n同一解析任务语义"];
    numericnegation -> numericparser [label="exact De Morgan token transform\n精确 De Morgan 记号变换"];
+     numericvalues -> numericshift [label="same parser task semantics\n同一解析任务语义"];
+     numericshift -> numericparser [label="exact free-index successor transform\n精确自由变量后继变换"];
    numericparser -> compactformula [label="same numeric machine graph\n同一纯数值机器图"];
    compactformula -> patrace [label="fixed formula and binary numerals\n固定公式与二进制数词"];
    internalnote -> patrace [style=dotted, arrowhead=none, constraint=false];
    patrace -> suitable;
    suitable -> cond0;
    suitable -> cond1;
    suitable -> cond2;
    suitable -> cond3;
    predicate -> mpcompiler [label="same public verifier\n同一公开验证器"];
    canonicalnormalize -> mpcompiler [label="decoded payload never grows\n解码规范化不增长"];
    mpcompiler -> cond3 [style=dotted, label="external compiler closed; PA internal proof remains\n外部编译已闭合；仍需 PA 内部短证明"];
    predicate -> conjcompiler [label="same public verifier\n同一公开验证器"];
    canonicalnormalize -> conjcompiler [label="decoded payload never grows\n解码规范化不增长"];
    conjcompiler -> proofassembly [style=dotted, label="external conjunction primitive closed\n外部合取原语已闭合"];
    compactformula -> qdiagonal [style=dotted, arrowhead=none, constraint=false, label="later instantiate the closed generic compiler at concrete P\n后续把已闭合通用编译器实例化到具体 P"];
    suitable -> qdiagonal [style=dotted, arrowhead=none, constraint=false, label="concrete P conditions belong to later assembly\n具体 P 条件属于后续拼接"];
    transformcode -> qdiagonal [label="formula-instance size bound already checked\n公式实例大小界已检查"];
    cond0 -> proofassembly;
    cond1 -> proofassembly;
    cond2 -> proofassembly;
    cond3 -> proofassembly;
    qdiagonal -> proofassembly;
    proofassembly -> exponentextract;
    paconsistency -> exponentextract;
    exponentextract -> diagonal;
  }

  subgraph cluster_buss {
    label="H. Buss-Pudlak lower bound（布斯-普德拉克下界）";
    color="#9a9a9a";
    style="rounded,dashed";

    family [label="F_n = Con_T((f(n))^c)\n有限一致性公式族\nsame T / proof system / symbol length\n同一理论 / 证明系统 / 符号长度", fillcolor="#f3f3f3", color="#777777", style="rounded,filled,dashed"];
    rescale [label="Buss 1994 Theorem 5\n布斯 1994 第 5 定理\ntime-constructible rescaling\n时间可构造重标定", fillcolor="#f3f3f3", color="#777777", style="rounded,filled,dashed", penwidth=2.0];
    lower [label="minProofLength(F_n) > U(n) eventually\n最短证明长度最终大于 U(n)\nsuper-polynomial lower bound（超多项式下界）", fillcolor="#e9e3f5", color="#76639a", style="rounded,filled,dashed", penwidth=2.0];
    lowernote [shape=note, label="关键注释：文献下界只能用于原文满足条件的\nformula family（公式族）、proof system（证明系统）\n和 symbol length（符号长度）；名字相似不能替代对象恒等。", fillcolor="#e8f1f8", color="#4e7892"];

    compactformula -> family [label="same CompactProof predicate\n同一紧凑证明谓词"];
    minmeasure -> family [label="exact minimum length coordinate\n精确最短长度坐标"];
    diagonal -> rescale [label="power lower-bound seed\n幂下界种子"];
    family -> rescale;
    rescale -> lower [label="explicit time-constructible f\n显式时间可构造函数 f"];
    lowernote -> rescale [style=dotted, arrowhead=none, constraint=false];
  }

  subgraph cluster_collision {
    label="I. Same-object upper bound and collision（同对象上界与碰撞）";
    color="#9a9a9a";
    style="rounded,dashed";

    sondowcert [label="Sondow checked certificates\n索多已检查证书\nassume gamma rational（假设欧拉常数有理）\n本节点只表示证书已检查，不等于同对象上界已完成", fillcolor="#dff2e8", color="#3f7c66"];
    samecompiler [label="Sondow same-object compiler\n索多同对象编译器\ncertificate -> real proof of the same F_n\n证书 -> 同一 F_n 的真实证明", fillcolor="#f3f3f3", color="#777777", style="rounded,filled,dashed"];
    upper [label="minProofLength(F_n) <= U(n)\n最短证明长度不超过多项式 U(n)\npolynomial upper bound（多项式上界）\n等待 same-object compiler（同对象编译器）", fillcolor="#f3f3f3", color="#777777", style="rounded,filled,dashed"];
    collision [label="U(N) < minProofLength(F_N) <= U(N)\n同一 N、同一公式、同一检查器、同一长度的矛盾\ncollision theorem（碰撞定理）", fillcolor="#f8d9d6", color="#a8443d", style="rounded,filled,dashed", penwidth=2.5];
    final [label="not is_rational euler_mascheroni\n欧拉-马歇罗尼常数非有理\n仅在全部上游根定理闭合后成立", fillcolor="#f8d9d6", color="#a8443d", style="rounded,filled,dashed", penwidth=2.5];
    samenote [shape=note, label="关键注释：碰撞必须是同一 N、同一 F_N、\n同一 checker（检查器）和同一 length measure（长度度量）。\n只证明两个抽象接口各自存在不能形成碰撞。", fillcolor="#e8f1f8", color="#4e7892"];

    sondowcert -> samecompiler;
    family -> samecompiler [label="formula identity\n公式恒等"];
    predicate -> samecompiler [label="same checker/length\n同一检查器/长度"];
    minmeasure -> samecompiler [label="same minimum payload measure\n同一最短载荷度量"];
    samecompiler -> upper [label="canonical accepted proof code\n规范且被接受的证明码"];
    upper -> collision [label="same F_N / same length\n同一 F_N / 同一长度"];
    lower -> collision [label="same F_N / same length\n同一 F_N / 同一长度"];
    samenote -> collision [style=dotted, arrowhead=none, constraint=false];
    collision -> final;
  }

  subgraph cluster_audit {
    label="J. Submission-grade audit gates（投稿级审计门）";
    color="#76639a";
    style="rounded";

    axioms [label="#print axioms audit（公理画像审计）\n已完成节点仅依赖：\npropext（命题外延）\nClassical.choice（经典选择）\nQuot.sound（商类型可靠性）", fillcolor="#e9e3f5", color="#76639a"];
    forbidden [label="Forbidden project assumptions（禁止项目级假设）\nno tail_gap（无尾部间隙参数）\nno upper_provider（无上界提供者参数）\nno project proof_length（无项目证明长度公设）\nno sorryAx（无未完成证明公设）", fillcolor="#e9e3f5", color="#76639a"];
    gate [label="Final dependency audit（最终依赖审计）\nsame formula / parameter / checker / measure\n同一公式 / 参数 / 检查器 / 度量", fillcolor="#e9e3f5", color="#76639a", penwidth=2.0];

    totalcanonical -> axioms [style=dotted];
    publiciff -> axioms [style=dotted];
    completeness -> axioms [style=dotted];
    nattrace -> axioms [style=dotted];
    polytime -> forbidden [style=dashed];
    diagonal -> forbidden [style=dashed];
    samecompiler -> forbidden [style=dashed];
    lower -> gate;
    upper -> gate;
    axioms -> gate;
    forbidden -> gate;
    gate -> collision [style=dashed, label="audit pass\n审计通过"];
  }

  subgraph cluster_rejected_routes {
    label="K. Rejected historical routes（经审计弃用的历史路线；不通向主结论）";
    color="#a8443d";
    style="rounded,dashed";

    rawgodel [label="Nat.size(rawProofCode) lower bound\n原始哥德尔证明码位长下界\nunary-numeral encoding artifact（一元数词编码伪影）", fillcolor="#f8d9d6", color="#a8443d", style="rounded,filled,dashed"];
    postfixraw [label="Postfix checker rebuilding rawCode\n重建 rawCode 的后缀检查器\nprimitive recursive != polynomial time\n原始递归不等于多项式时间", fillcolor="#f8d9d6", color="#a8443d", style="rounded,filled,dashed"];
    abstractgap [label="tail_gap / computable_gap input\n尾部间隙 / 可计算间隙输入\nassumes the lower bound（预设下界）", fillcolor="#f8d9d6", color="#a8443d", style="rounded,filled,dashed"];
    abstractupper [label="upper_provider input\n上界提供者输入\nassumes the Sondow bridge（预设索多桥）", fillcolor="#f8d9d6", color="#a8443d", style="rounded,filled,dashed"];
    unsimulated [label="Unproved Hilbert-system simulation\n未证明的 Hilbert 系统模拟\nwrong/uncalibrated proof measure\n错误或未校准的证明度量", fillcolor="#f8d9d6", color="#a8443d", style="rounded,filled,dashed"];
    graft [label="strengthened_to_partial / transfer_to_graft\n加强到部分 / 嫁接转移接口\ninterface packaging without source theorem\n只有接口包装、没有源定理", fillcolor="#f8d9d6", color="#a8443d", style="rounded,filled,dashed"];
    rejectednote [shape=note, label="弃用判据：编码伪影、循环输入、对象错位，\n或只给接口而没有根定理。\n本区域没有任何边连接最终碰撞定理。", fillcolor="#fff1f0", color="#a8443d"];

    rawgodel -> postfixraw [style=dotted, color="#a8443d"];
    abstractgap -> graft [style=dotted, color="#a8443d"];
    abstractupper -> graft [style=dotted, color="#a8443d"];
    unsimulated -> graft [style=dotted, color="#a8443d"];
    rejectednote -> graft [style=dotted, arrowhead=none, color="#a8443d"];
  }
}
